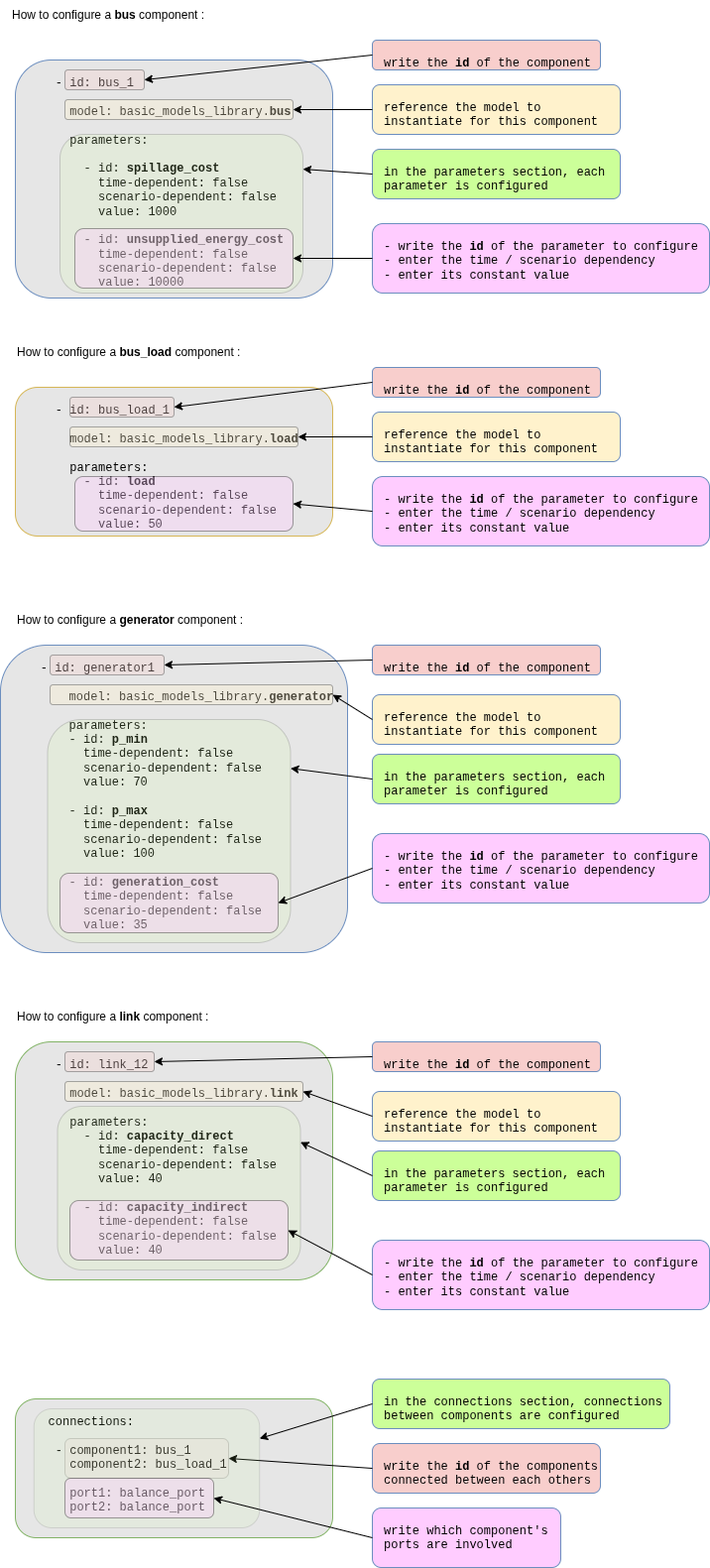
This is doc/assets/2_QSE_Adequacy_system.png from AntaresSimulatorTeam/GEMS, a draw.io export, as it was before one commit. Source tidied: cells renumbered, new cells last; positions are measured from the earlier drawing's top-left corner, leaving out a move shared by most shapes.
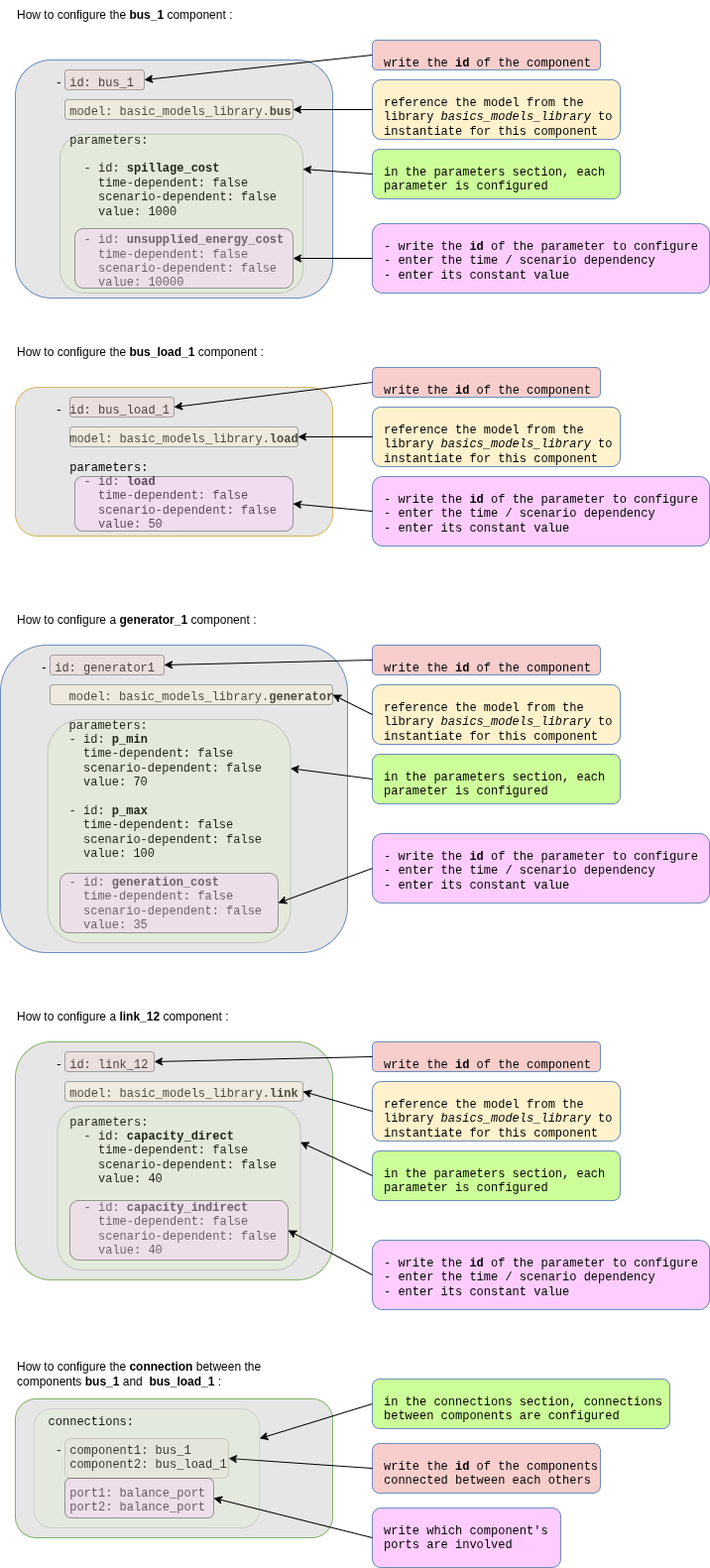
After the commit.

What changed in the source:
```diff
@@ -17,8 +17,8 @@
     <mxCell id="6" value="write the &lt;b&gt;id&lt;/b&gt;&amp;nbsp;of the component" style="rounded=1;whiteSpace=wrap;html=1;fillColor=#F8CECC;strokeColor=#6c8ebf;align=left;verticalAlign=top;fontFamily=Courier New;fontSize=12;spacingLeft=10;spacingTop=10;" parent="1" vertex="1">
       <mxGeometry x="375" y="40" width="230" height="30" as="geometry" />
     </mxCell>
-    <mxCell id="7" value="reference the model to instantiate for this component" style="rounded=1;whiteSpace=wrap;html=1;fillColor=#FFF2CC;strokeColor=#6c8ebf;align=left;verticalAlign=top;fontFamily=Courier New;fontSize=12;spacingLeft=10;spacingTop=10;" parent="1" vertex="1">
-      <mxGeometry x="375" y="85" width="250" height="50" as="geometry" />
+    <mxCell id="7" value="reference the model from the library &lt;i&gt;basics_models_library&lt;/i&gt; to instantiate for this component" style="rounded=1;whiteSpace=wrap;html=1;fillColor=#FFF2CC;strokeColor=#6c8ebf;align=left;verticalAlign=top;fontFamily=Courier New;fontSize=12;spacingLeft=10;spacingTop=10;" parent="1" vertex="1">
+      <mxGeometry x="375" y="80" width="250" height="60" as="geometry" />
     </mxCell>
     <mxCell id="8" style="rounded=1;whiteSpace=wrap;html=1;opacity=30;fillColor=#F8CECC;" parent="1" vertex="1">
       <mxGeometry x="65" y="70" width="80" height="20" as="geometry" />
@@ -53,8 +53,8 @@
     <mxCell id="18" value="write the &lt;b&gt;id&lt;/b&gt;&amp;nbsp;of the component" style="rounded=1;whiteSpace=wrap;html=1;fillColor=#F8CECC;strokeColor=#6c8ebf;align=left;verticalAlign=top;fontFamily=Courier New;fontSize=12;spacingLeft=10;spacingTop=10;" parent="1" vertex="1">
       <mxGeometry x="375" y="370" width="230" height="30" as="geometry" />
     </mxCell>
-    <mxCell id="19" value="reference the model to instantiate for this component" style="rounded=1;whiteSpace=wrap;html=1;fillColor=#FFF2CC;strokeColor=#6c8ebf;align=left;verticalAlign=top;fontFamily=Courier New;fontSize=12;spacingLeft=10;spacingTop=10;" parent="1" vertex="1">
-      <mxGeometry x="375" y="415" width="250" height="50" as="geometry" />
+    <mxCell id="19" value="reference the model from the library&amp;nbsp;&lt;i&gt;basics_models_library&lt;/i&gt;&amp;nbsp;to instantiate for this component" style="rounded=1;whiteSpace=wrap;html=1;fillColor=#FFF2CC;strokeColor=#6c8ebf;align=left;verticalAlign=top;fontFamily=Courier New;fontSize=12;spacingLeft=10;spacingTop=10;" parent="1" vertex="1">
+      <mxGeometry x="375" y="410" width="250" height="60" as="geometry" />
     </mxCell>
     <mxCell id="20" style="rounded=1;whiteSpace=wrap;html=1;opacity=30;fillColor=#F8CECC;" parent="1" vertex="1">
       <mxGeometry x="70" y="400" width="105" height="20" as="geometry" />
@@ -80,8 +80,8 @@
     <mxCell id="27" value="write the &lt;b&gt;id&lt;/b&gt;&amp;nbsp;of the component" style="rounded=1;whiteSpace=wrap;html=1;fillColor=#F8CECC;strokeColor=#6c8ebf;align=left;verticalAlign=top;fontFamily=Courier New;fontSize=12;spacingLeft=10;spacingTop=10;" parent="1" vertex="1">
       <mxGeometry x="375" y="650" width="230" height="30" as="geometry" />
     </mxCell>
-    <mxCell id="28" value="reference the model to instantiate for this component" style="rounded=1;whiteSpace=wrap;html=1;fillColor=#FFF2CC;strokeColor=#6c8ebf;align=left;verticalAlign=top;fontFamily=Courier New;fontSize=12;spacingLeft=10;spacingTop=10;" parent="1" vertex="1">
-      <mxGeometry x="375" y="700" width="250" height="50" as="geometry" />
+    <mxCell id="28" value="reference the model&amp;nbsp;from the library&amp;nbsp;&lt;i&gt;basics_models_library&lt;/i&gt;&amp;nbsp;to instantiate for this component" style="rounded=1;whiteSpace=wrap;html=1;fillColor=#FFF2CC;strokeColor=#6c8ebf;align=left;verticalAlign=top;fontFamily=Courier New;fontSize=12;spacingLeft=10;spacingTop=10;" parent="1" vertex="1">
+      <mxGeometry x="375" y="690" width="250" height="60" as="geometry" />
     </mxCell>
     <mxCell id="29" style="rounded=1;whiteSpace=wrap;html=1;opacity=30;fillColor=#F8CECC;" parent="1" vertex="1">
       <mxGeometry x="50" y="660" width="115" height="20" as="geometry" />
@@ -116,8 +116,8 @@
     <mxCell id="39" value="write the &lt;b&gt;id&lt;/b&gt;&amp;nbsp;of the component" style="rounded=1;whiteSpace=wrap;html=1;fillColor=#F8CECC;strokeColor=#6c8ebf;align=left;verticalAlign=top;fontFamily=Courier New;fontSize=12;spacingLeft=10;spacingTop=10;" parent="1" vertex="1">
       <mxGeometry x="375" y="1050" width="230" height="30" as="geometry" />
     </mxCell>
-    <mxCell id="40" value="reference the model to instantiate for this component" style="rounded=1;whiteSpace=wrap;html=1;fillColor=#FFF2CC;strokeColor=#6c8ebf;align=left;verticalAlign=top;fontFamily=Courier New;fontSize=12;spacingLeft=10;spacingTop=10;" parent="1" vertex="1">
-      <mxGeometry x="375" y="1100" width="250" height="50" as="geometry" />
+    <mxCell id="40" value="reference the model&amp;nbsp;from the library&amp;nbsp;&lt;i&gt;basics_models_library&lt;/i&gt;&amp;nbsp;to instantiate for this component" style="rounded=1;whiteSpace=wrap;html=1;fillColor=#FFF2CC;strokeColor=#6c8ebf;align=left;verticalAlign=top;fontFamily=Courier New;fontSize=12;spacingLeft=10;spacingTop=10;" parent="1" vertex="1">
+      <mxGeometry x="375" y="1090" width="250" height="60" as="geometry" />
     </mxCell>
     <mxCell id="41" style="rounded=1;whiteSpace=wrap;html=1;opacity=30;fillColor=#F8CECC;" parent="1" vertex="1">
       <mxGeometry x="65" y="1060" width="90" height="20" as="geometry" />
@@ -149,16 +149,16 @@
     <mxCell id="50" style="endArrow=classic;html=1;rounded=0;exitX=0;exitY=0.5;exitDx=0;exitDy=0;entryX=1;entryY=0.5;entryDx=0;entryDy=0;" parent="1" edge="1" source="45" target="46">
       <mxGeometry relative="1" as="geometry" />
     </mxCell>
-    <mxCell id="51" value="How to configure a &lt;b&gt;bus&lt;/b&gt; component :" style="text;html=1;whiteSpace=wrap;strokeColor=none;fillColor=none;align=left;verticalAlign=middle;rounded=0;" parent="1" vertex="1">
-      <mxGeometry x="10" width="285" height="30" as="geometry" />
+    <mxCell id="51" value="How to configure the&amp;nbsp;&lt;b&gt;bus_1&lt;/b&gt; component :" style="text;html=1;whiteSpace=wrap;strokeColor=none;fillColor=none;align=left;verticalAlign=middle;rounded=0;" parent="1" vertex="1">
+      <mxGeometry x="15" width="285" height="30" as="geometry" />
     </mxCell>
-    <mxCell id="52" value="How to configure a &lt;b&gt;bus_load&lt;/b&gt; component :" style="text;html=1;whiteSpace=wrap;strokeColor=none;fillColor=none;align=left;verticalAlign=middle;rounded=0;" parent="1" vertex="1">
+    <mxCell id="52" value="How to configure the&amp;nbsp;&lt;b&gt;bus_load_1&lt;/b&gt; component :" style="text;html=1;whiteSpace=wrap;strokeColor=none;fillColor=none;align=left;verticalAlign=middle;rounded=0;" parent="1" vertex="1">
       <mxGeometry x="15" y="340" width="285" height="30" as="geometry" />
     </mxCell>
-    <mxCell id="53" value="How to configure a &lt;b&gt;generator&lt;/b&gt; component :" style="text;html=1;whiteSpace=wrap;strokeColor=none;fillColor=none;align=left;verticalAlign=middle;rounded=0;" parent="1" vertex="1">
+    <mxCell id="53" value="How to configure a &lt;b&gt;generator_1&lt;/b&gt; component :" style="text;html=1;whiteSpace=wrap;strokeColor=none;fillColor=none;align=left;verticalAlign=middle;rounded=0;" parent="1" vertex="1">
       <mxGeometry x="15" y="610" width="285" height="30" as="geometry" />
     </mxCell>
-    <mxCell id="54" value="How to configure a &lt;b&gt;link&lt;/b&gt; component :" style="text;html=1;whiteSpace=wrap;strokeColor=none;fillColor=none;align=left;verticalAlign=middle;rounded=0;" parent="1" vertex="1">
+    <mxCell id="54" value="How to configure a &lt;b&gt;link_12&lt;/b&gt; component :" style="text;html=1;whiteSpace=wrap;strokeColor=none;fillColor=none;align=left;verticalAlign=middle;rounded=0;" parent="1" vertex="1">
       <mxGeometry x="15" y="1010" width="285" height="30" as="geometry" />
     </mxCell>
     <mxCell id="55" value="&lt;div&gt;&amp;nbsp; &amp;nbsp;connections:&lt;/div&gt;&lt;div&gt;&lt;br&gt;&lt;/div&gt;&lt;div&gt;&lt;span style=&quot;background-color: transparent; color: light-dark(rgb(0, 0, 0), rgb(255, 255, 255));&quot;&gt;&amp;nbsp; &amp;nbsp; - component1: bus_1&lt;/span&gt;&lt;/div&gt;&lt;div&gt;&amp;nbsp; &amp;nbsp; &amp;nbsp; component2: bus_load_1&lt;/div&gt;&lt;div&gt;&lt;br&gt;&lt;/div&gt;&lt;div&gt;&amp;nbsp; &amp;nbsp; &amp;nbsp; port1: balance_port&lt;/div&gt;&lt;div&gt;&amp;nbsp; &amp;nbsp; &amp;nbsp; port2: balance_port&lt;/div&gt;" style="rounded=1;whiteSpace=wrap;html=1;fillColor=#E6E6E6;strokeColor=#82b366;align=left;verticalAlign=top;fontFamily=Courier New;fontSize=12;spacingLeft=10;spacingTop=10;" parent="1" vertex="1">
@@ -191,5 +191,8 @@
     <mxCell id="64" style="endArrow=classic;html=1;rounded=0;exitX=0;exitY=0.5;exitDx=0;exitDy=0;entryX=1;entryY=0.5;entryDx=0;entryDy=0;" parent="1" edge="1" source="62" target="63">
       <mxGeometry relative="1" as="geometry" />
     </mxCell>
+    <mxCell id="65" value="How to configure the &lt;b&gt;connection&lt;/b&gt;&amp;nbsp;between the components &lt;b&gt;bus_1 &lt;/b&gt;and&amp;nbsp;&lt;b&gt;&amp;nbsp;bus_load_1&amp;nbsp;&lt;/b&gt;:" style="text;html=1;whiteSpace=wrap;strokeColor=none;fillColor=none;align=left;verticalAlign=middle;rounded=0;" parent="1" vertex="1">
+      <mxGeometry x="15" y="1370" width="285" height="30" as="geometry" />
+    </mxCell>
   </root>
 </mxGraphModel>
```
